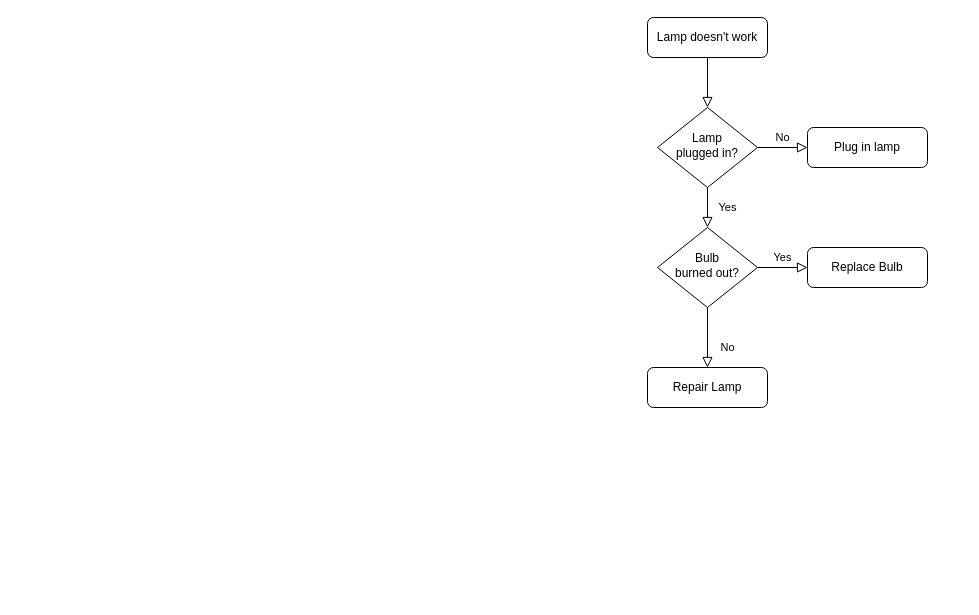
Above: 未命名绘图.drawio in ZYMASK/found-work-test (draw.io), before the change. Source tidied: cells renumbered, new cells numbered last; positions are measured from the earlier drawing's top-left corner, leaving out a move shared by most shapes. Both pictures are drawn from the tidied source at 100%, with x=0, y=0 at pixel (647, 17).
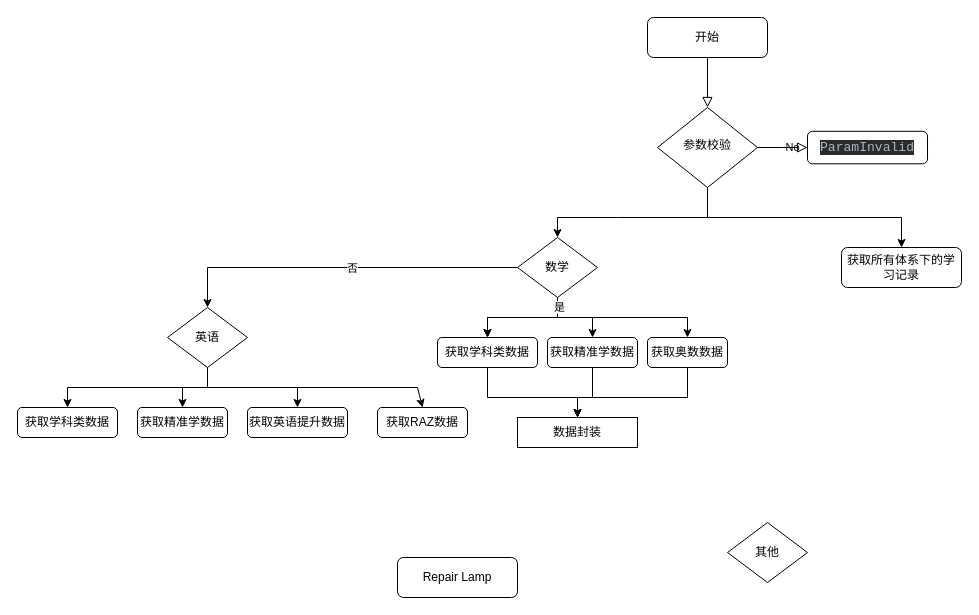
Above is the later version.

Commit message:
更新未命名绘图.drawio

The edit, as a diff of the source:
```diff
@@
-    <mxCell id="3" value="Lamp doesn't work" style="rounded=1;whiteSpace=wrap;html=1;fontSize=12;glass=0;strokeWidth=1;shadow=0;" parent="1" vertex="1">
+    <mxCell id="3" value="开始" style="rounded=1;whiteSpace=wrap;html=1;fontSize=12;glass=0;strokeWidth=1;shadow=0;" parent="1" vertex="1">
       <mxGeometry width="120" height="40" as="geometry" />
     </mxCell>
-    <mxCell id="4" value="Yes" style="rounded=0;html=1;jettySize=auto;fontSize=11;endArrow=block;endFill=0;endSize=8;strokeWidth=1;shadow=0;labelBackgroundColor=none;edgeStyle=orthogonalEdgeStyle;" parent="1" edge="1" source="6" target="10">
-      <mxGeometry y="20" relative="1" as="geometry" />
-    </mxCell>
-    <mxCell id="5" value="No" style="edgeStyle=orthogonalEdgeStyle;rounded=0;html=1;jettySize=auto;fontSize=11;endArrow=block;endFill=0;endSize=8;strokeWidth=1;shadow=0;labelBackgroundColor=none;" parent="1" edge="1" source="6" target="7">
-      <mxGeometry y="10" relative="1" as="geometry" />
+    <mxCell id="5" value="No" style="edgeStyle=orthogonalEdgeStyle;rounded=0;html=1;jettySize=auto;fontSize=11;endArrow=block;endFill=0;endSize=8;strokeWidth=1;shadow=0;labelBackgroundColor=none;" parent="1" edge="1" source="6">
+      <mxGeometry y="10" relative="1" as="geometry">
+        <mxPoint x="160" y="130" as="targetPoint" />
+      </mxGeometry>
     </mxCell>
-    <mxCell id="6" value="Lamp&lt;br&gt;plugged in?" style="rhombus;whiteSpace=wrap;html=1;shadow=0;fontFamily=Helvetica;fontSize=12;align=center;strokeWidth=1;spacing=6;spacingTop=-4;" parent="1" vertex="1">
+    <mxCell id="6" value="参数校验" style="rhombus;whiteSpace=wrap;html=1;shadow=0;fontFamily=Helvetica;fontSize=12;align=center;strokeWidth=1;spacing=6;spacingTop=-4;" parent="1" vertex="1">
       <mxGeometry x="10" y="90" width="100" height="80" as="geometry" />
     </mxCell>
-    <mxCell id="7" value="Plug in lamp" style="rounded=1;whiteSpace=wrap;html=1;fontSize=12;glass=0;strokeWidth=1;shadow=0;" parent="1" vertex="1">
-      <mxGeometry x="160" y="110" width="120" height="40" as="geometry" />
-    </mxCell>
-    <mxCell id="8" value="No" style="rounded=0;html=1;jettySize=auto;fontSize=11;endArrow=block;endFill=0;endSize=8;strokeWidth=1;shadow=0;labelBackgroundColor=none;edgeStyle=orthogonalEdgeStyle;" parent="1" edge="1" source="10" target="11">
-      <mxGeometry x="0.33" y="20" relative="1" as="geometry" />
-    </mxCell>
-    <mxCell id="9" value="Yes" style="edgeStyle=orthogonalEdgeStyle;rounded=0;html=1;jettySize=auto;fontSize=11;endArrow=block;endFill=0;endSize=8;strokeWidth=1;shadow=0;labelBackgroundColor=none;" parent="1" edge="1" source="10" target="12">
-      <mxGeometry y="10" relative="1" as="geometry" />
-    </mxCell>
-    <mxCell id="10" value="Bulb&lt;br&gt;burned out?" style="rhombus;whiteSpace=wrap;html=1;shadow=0;fontFamily=Helvetica;fontSize=12;align=center;strokeWidth=1;spacing=6;spacingTop=-4;" parent="1" vertex="1">
-      <mxGeometry x="10" y="210" width="100" height="80" as="geometry" />
-    </mxCell>
     <mxCell id="11" value="Repair Lamp" style="rounded=1;whiteSpace=wrap;html=1;fontSize=12;glass=0;strokeWidth=1;shadow=0;" parent="1" vertex="1">
-      <mxGeometry y="350" width="120" height="40" as="geometry" />
+      <mxGeometry x="-250" y="540" width="120" height="40" as="geometry" />
     </mxCell>
-    <mxCell id="12" value="Replace Bulb" style="rounded=1;whiteSpace=wrap;html=1;fontSize=12;glass=0;strokeWidth=1;shadow=0;" parent="1" vertex="1">
-      <mxGeometry x="160" y="230" width="120" height="40" as="geometry" />
+    <mxCell id="12" value="获取所有体系下的学习记录" style="rounded=1;whiteSpace=wrap;html=1;fontSize=12;glass=0;strokeWidth=1;shadow=0;" parent="1" vertex="1">
+      <mxGeometry x="194" y="230" width="120" height="40" as="geometry" />
     </mxCell>
+    <mxCell id="13" value="&lt;pre style=&quot;border-color: var(--border-color); background-color: rgb(43, 43, 43); color: rgb(169, 183, 198); font-family: &amp;quot;JetBrains Mono&amp;quot;, monospace; font-size: 9.8pt;&quot;&gt;ParamInvalid&lt;br&gt;&lt;/pre&gt;" style="rounded=1;whiteSpace=wrap;html=1;" parent="1" vertex="1">
+      <mxGeometry x="160" y="113.8" width="120" height="32.5" as="geometry" />
+    </mxCell>
+    <mxCell id="14" style="endArrow=classic;html=1;rounded=0;exitX=0.5;exitY=1;exitDx=0;exitDy=0;entryX=0.5;entryY=0;entryDx=0;entryDy=0;" parent="1" edge="1" source="6" target="12">
+      <mxGeometry relative="1" as="geometry">
+        <Array as="points">
+          <mxPoint x="60" y="200" />
+          <mxPoint x="254" y="200" />
+        </Array>
+      </mxGeometry>
+    </mxCell>
+    <mxCell id="15" style="edgeStyle=orthogonalEdgeStyle;rounded=0;jettySize=auto;html=1;" parent="1" edge="1" source="16" target="24">
+      <mxGeometry relative="1" as="geometry" />
+    </mxCell>
+    <mxCell id="16" value="数学" style="rhombus;whiteSpace=wrap;html=1;" parent="1" vertex="1">
+      <mxGeometry x="-130" y="220" width="80" height="60" as="geometry" />
+    </mxCell>
+    <mxCell id="17" style="endArrow=classic;html=1;rounded=0;entryX=0.5;entryY=0;entryDx=0;entryDy=0;" parent="1" edge="1" target="16">
+      <mxGeometry relative="1" as="geometry">
+        <mxPoint x="60" y="170" as="sourcePoint" />
+        <Array as="points">
+          <mxPoint x="60" y="200" />
+          <mxPoint x="-30" y="200" />
+          <mxPoint x="-90" y="200" />
+        </Array>
+      </mxGeometry>
+    </mxCell>
+    <mxCell id="18" value="其他" style="rhombus;whiteSpace=wrap;html=1;" parent="1" vertex="1">
+      <mxGeometry x="80" y="505" width="80" height="60" as="geometry" />
+    </mxCell>
+    <mxCell id="19" style="edgeStyle=orthogonalEdgeStyle;rounded=0;jettySize=auto;html=1;exitX=0.5;exitY=1;exitDx=0;exitDy=0;entryX=0.5;entryY=0;entryDx=0;entryDy=0;" parent="1" edge="1" source="22" target="36">
+      <mxGeometry relative="1" as="geometry" />
+    </mxCell>
+    <mxCell id="20" style="edgeStyle=orthogonalEdgeStyle;rounded=0;jettySize=auto;html=1;exitX=0.5;exitY=1;exitDx=0;exitDy=0;entryX=0.5;entryY=0;entryDx=0;entryDy=0;" parent="1" edge="1" source="22" target="37">
+      <mxGeometry relative="1" as="geometry" />
+    </mxCell>
+    <mxCell id="21" style="edgeStyle=orthogonalEdgeStyle;rounded=0;jettySize=auto;html=1;exitX=0.5;exitY=1;exitDx=0;exitDy=0;entryX=0.5;entryY=0;entryDx=0;entryDy=0;" parent="1" edge="1" source="22" target="38">
+      <mxGeometry relative="1" as="geometry" />
+    </mxCell>
+    <mxCell id="22" value="英语" style="rhombus;whiteSpace=wrap;html=1;" parent="1" vertex="1">
+      <mxGeometry x="-480" y="290" width="80" height="60" as="geometry" />
+    </mxCell>
+    <mxCell id="23" value="获取精准学数据" style="rounded=1;whiteSpace=wrap;html=1;" parent="1" vertex="1">
+      <mxGeometry x="-100" y="320" width="90" height="30" as="geometry" />
+    </mxCell>
+    <mxCell id="24" value="获取学科类数据" style="rounded=1;whiteSpace=wrap;html=1;" parent="1" vertex="1">
+      <mxGeometry x="-210" y="320" width="100" height="30" as="geometry" />
+    </mxCell>
+    <mxCell id="25" value="获取奥数数据" style="rounded=1;whiteSpace=wrap;html=1;" parent="1" vertex="1">
+      <mxGeometry y="320" width="80" height="30" as="geometry" />
+    </mxCell>
+    <mxCell id="26" style="endArrow=classic;html=1;rounded=0;exitX=0.5;exitY=1;exitDx=0;exitDy=0;entryX=0.5;entryY=0;entryDx=0;entryDy=0;" parent="1" edge="1" source="16" target="24">
+      <mxGeometry relative="1" as="geometry">
+        <Array as="points">
+          <mxPoint x="-90" y="300" />
+          <mxPoint x="-160" y="300" />
+        </Array>
+      </mxGeometry>
+    </mxCell>
+    <mxCell id="27" style="endArrow=classic;html=1;rounded=0;entryX=0.5;entryY=0;entryDx=0;entryDy=0;" parent="1" edge="1" target="25">
+      <mxGeometry relative="1" as="geometry">
+        <mxPoint x="-90" y="280" as="sourcePoint" />
+        <Array as="points">
+          <mxPoint x="-90" y="300" />
+          <mxPoint x="40" y="300" />
+        </Array>
+      </mxGeometry>
+    </mxCell>
+    <mxCell id="28" style="endArrow=classic;html=1;rounded=0;entryX=0.5;entryY=0;entryDx=0;entryDy=0;" parent="1" edge="1" target="23">
+      <mxGeometry relative="1" as="geometry">
+        <mxPoint x="-90" y="280" as="sourcePoint" />
+        <Array as="points">
+          <mxPoint x="-90" y="300" />
+          <mxPoint x="-55" y="300" />
+        </Array>
+      </mxGeometry>
+    </mxCell>
+    <mxCell id="29" value="是" style="edgeLabel;html=1;align=center;verticalAlign=middle;" parent="28" vertex="1">
+      <mxGeometry x="-0.76" y="1" relative="1" as="geometry" />
+    </mxCell>
+    <mxCell id="30" value="数据封装" style="rounded=0;whiteSpace=wrap;html=1;" parent="1" vertex="1">
+      <mxGeometry x="-130" y="400" width="120" height="30" as="geometry" />
+    </mxCell>
+    <mxCell id="31" style="endArrow=classic;html=1;rounded=0;exitX=0.5;exitY=1;exitDx=0;exitDy=0;entryX=0.5;entryY=0;entryDx=0;entryDy=0;" parent="1" edge="1" source="24" target="30">
+      <mxGeometry relative="1" as="geometry">
+        <Array as="points">
+          <mxPoint x="-160" y="380" />
+          <mxPoint x="-70" y="380" />
+        </Array>
+      </mxGeometry>
+    </mxCell>
+    <mxCell id="32" style="endArrow=classic;html=1;rounded=0;exitX=0.5;exitY=1;exitDx=0;exitDy=0;" parent="1" edge="1" source="23" target="30">
+      <mxGeometry relative="1" as="geometry">
+        <Array as="points">
+          <mxPoint x="-55" y="380" />
+          <mxPoint x="-70" y="380" />
+        </Array>
+      </mxGeometry>
+    </mxCell>
+    <mxCell id="33" style="endArrow=classic;html=1;rounded=0;exitX=0.5;exitY=1;exitDx=0;exitDy=0;entryX=0.5;entryY=0;entryDx=0;entryDy=0;" parent="1" edge="1" source="25" target="30">
+      <mxGeometry relative="1" as="geometry">
+        <Array as="points">
+          <mxPoint x="40" y="380" />
+          <mxPoint x="-70" y="380" />
+        </Array>
+      </mxGeometry>
+    </mxCell>
+    <mxCell id="34" style="endArrow=classic;html=1;rounded=0;exitX=0;exitY=0.5;exitDx=0;exitDy=0;entryX=0.5;entryY=0;entryDx=0;entryDy=0;" parent="1" edge="1" source="16" target="22">
+      <mxGeometry relative="1" as="geometry">
+        <Array as="points">
+          <mxPoint x="-440" y="250" />
+        </Array>
+      </mxGeometry>
+    </mxCell>
+    <mxCell id="35" value="否" style="edgeLabel;html=1;align=center;verticalAlign=middle;" parent="34" vertex="1">
+      <mxGeometry x="-0.05" relative="1" as="geometry" />
+    </mxCell>
+    <mxCell id="36" value="获取学科类数据" style="rounded=1;whiteSpace=wrap;html=1;" parent="1" vertex="1">
+      <mxGeometry x="-630" y="390" width="100" height="30" as="geometry" />
+    </mxCell>
+    <mxCell id="37" value="获取精准学数据" style="rounded=1;whiteSpace=wrap;html=1;" parent="1" vertex="1">
+      <mxGeometry x="-510" y="390" width="90" height="30" as="geometry" />
+    </mxCell>
+    <mxCell id="38" value="获取英语提升数据" style="rounded=1;whiteSpace=wrap;html=1;" parent="1" vertex="1">
+      <mxGeometry x="-400" y="390" width="100" height="30" as="geometry" />
+    </mxCell>
+    <mxCell id="39" value="获取RAZ数据" style="rounded=1;whiteSpace=wrap;html=1;" parent="1" vertex="1">
+      <mxGeometry x="-270" y="390" width="90" height="30" as="geometry" />
+    </mxCell>
+    <mxCell id="40" style="endArrow=classic;html=1;rounded=0;entryX=0.5;entryY=0;entryDx=0;entryDy=0;" parent="1" edge="1" target="39">
+      <mxGeometry relative="1" as="geometry">
+        <mxPoint x="-440" y="350" as="sourcePoint" />
+        <Array as="points">
+          <mxPoint x="-440" y="370" />
+          <mxPoint x="-230" y="370" />
+        </Array>
+      </mxGeometry>
+    </mxCell>
```
